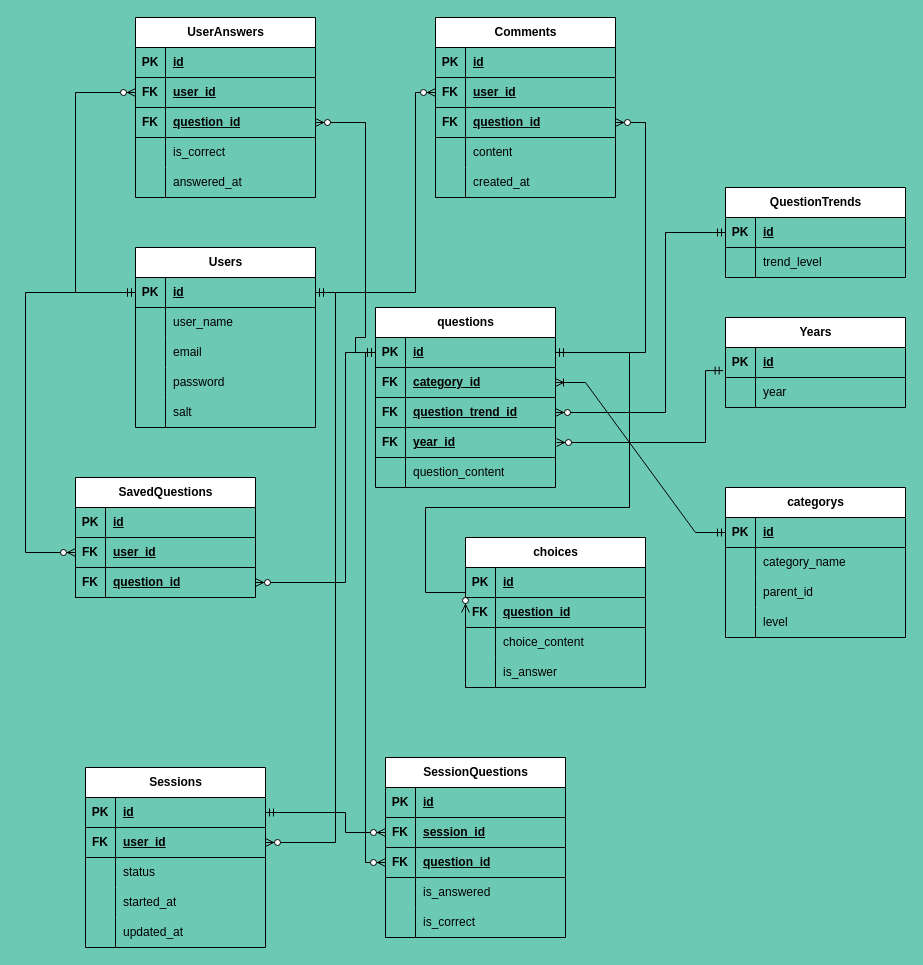
Above: ポートフォリオER図ファイル.drawio in Urubu495/eiyoushi-master-quiz (draw.io), before the change. Source tidied: cells renumbered, new cells numbered last; positions are measured from the earlier drawing's top-left corner, leaving out a move shared by most shapes. Both pictures are drawn from the tidied source at 100%, with x=0, y=0 at pixel (25, 17).
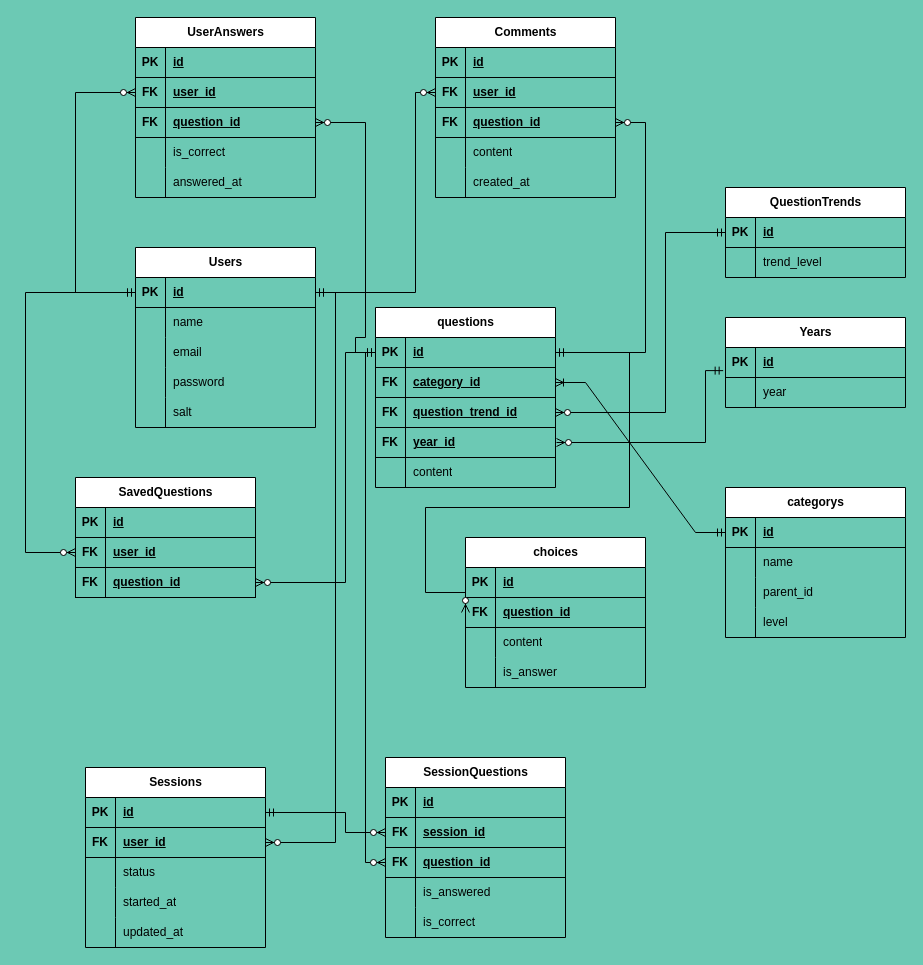
After the change.

Commit message:
ポートフォリオER図ファイル.drawio を更新します

Unchanged cells that the change refers to:
```xml
<mxCell id="6" style="shape=tableRow;horizontal=0;startSize=0;swimlaneHead=0;swimlaneBody=0;fillColor=none;top=0;left=0;right=0;bottom=0;" parent="2" vertex="1">
  <mxGeometry y="60" width="180" height="30" as="geometry" />
</mxCell>
<mxCell id="31" style="shape=tableRow;horizontal=0;startSize=0;swimlaneHead=0;swimlaneBody=0;fillColor=none;top=0;left=0;right=0;bottom=0;" parent="18" vertex="1">
  <mxGeometry y="150" width="180" height="30" as="geometry" />
</mxCell>
<mxCell id="41" style="shape=tableRow;horizontal=0;startSize=0;swimlaneHead=0;swimlaneBody=0;fillColor=none;top=0;left=0;right=0;bottom=0;" parent="34" vertex="1">
  <mxGeometry y="90" width="180" height="30" as="geometry" />
</mxCell>
<mxCell id="51" style="shape=tableRow;horizontal=0;startSize=0;swimlaneHead=0;swimlaneBody=0;fillColor=none;top=0;left=0;right=0;bottom=0;" parent="47" vertex="1">
  <mxGeometry y="60" width="180" height="30" as="geometry" />
</mxCell>
<mxCell id="121" style="shape=tableRow;horizontal=0;startSize=0;swimlaneHead=0;swimlaneBody=0;fillColor=none;top=0;left=0;right=0;bottom=0;" parent="117" vertex="1">
  <mxGeometry y="60" width="180" height="30" as="geometry" />
</mxCell>
```

Change to the diagram source:
```diff
@@
-    <mxCell id="8" value="user_name" style="shape=partialRectangle;fillColor=none;top=0;left=0;bottom=0;right=0;align=left;spacingLeft=6;overflow=hidden;whiteSpace=wrap;html=1;" parent="6" vertex="1">
+    <mxCell id="8" value="name" style="shape=partialRectangle;fillColor=none;top=0;left=0;bottom=0;right=0;align=left;spacingLeft=6;overflow=hidden;whiteSpace=wrap;html=1;" parent="6" vertex="1">
       <mxGeometry x="30" width="150" height="30" as="geometry" />
     </mxCell>
@@
-    <mxCell id="33" value="question_content" style="shape=partialRectangle;fillColor=none;top=0;left=0;bottom=0;right=0;align=left;spacingLeft=6;overflow=hidden;whiteSpace=wrap;html=1;" parent="31" vertex="1">
+    <mxCell id="33" value="content" style="shape=partialRectangle;fillColor=none;top=0;left=0;bottom=0;right=0;align=left;spacingLeft=6;overflow=hidden;whiteSpace=wrap;html=1;" parent="31" vertex="1">
       <mxGeometry x="30" width="150" height="30" as="geometry" />
     </mxCell>
@@
-    <mxCell id="43" value="choice_content" style="shape=partialRectangle;fillColor=none;top=0;left=0;bottom=0;right=0;align=left;spacingLeft=6;overflow=hidden;whiteSpace=wrap;html=1;" parent="41" vertex="1">
+    <mxCell id="43" value="content" style="shape=partialRectangle;fillColor=none;top=0;left=0;bottom=0;right=0;align=left;spacingLeft=6;overflow=hidden;whiteSpace=wrap;html=1;" parent="41" vertex="1">
       <mxGeometry x="30" width="150" height="30" as="geometry" />
     </mxCell>
@@
-    <mxCell id="53" value="category_name" style="shape=partialRectangle;fillColor=none;top=0;left=0;bottom=0;right=0;align=left;spacingLeft=6;overflow=hidden;whiteSpace=wrap;html=1;" parent="51" vertex="1">
+    <mxCell id="53" value="name" style="shape=partialRectangle;fillColor=none;top=0;left=0;bottom=0;right=0;align=left;spacingLeft=6;overflow=hidden;whiteSpace=wrap;html=1;" parent="51" vertex="1">
       <mxGeometry x="30" width="150" height="30" as="geometry" />
     </mxCell>
@@
-    <mxCell id="123" value="year" style="shape=partialRectangle;fillColor=none;top=0;left=0;bottom=0;right=0;align=left;spacingLeft=6;overflow=hidden;whiteSpace=wrap;html=1;" parent="121" vertex="1">
+    <mxCell id="123" value="year&amp;nbsp;" style="shape=partialRectangle;fillColor=none;top=0;left=0;bottom=0;right=0;align=left;spacingLeft=6;overflow=hidden;whiteSpace=wrap;html=1;" parent="121" vertex="1">
       <mxGeometry x="30" width="150" height="30" as="geometry" />
     </mxCell>
```
